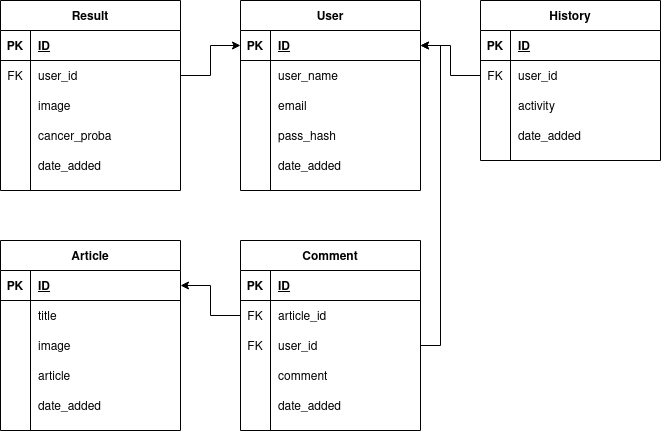
Earlier version of the draw.io export Project Diagrams/Project Diagrams-Database Schema.png (Blue-Birman/Bangkit-Capstone-Project-B21-CAP0005). Source tidied: cells renumbered, new cells last; positions are measured from the earlier drawing's top-left corner, leaving out a move shared by most shapes. The source it was exported from:
```xml
<mxGraphModel>
  <root>
    <mxCell id="0" />
    <mxCell id="1" parent="0" />
    <mxCell id="2" value="User" style="shape=table;startSize=30;rowLines=0;fontStyle=1;align=center;" parent="1" vertex="1">
      <mxGeometry x="240" width="180" height="190" as="geometry" />
    </mxCell>
    <mxCell id="3" style="shape=partialRectangle;fillColor=none;top=0;left=0;bottom=1;right=0;points=[[0,0.5],[1,0.5]];portConstraint=eastwest;" parent="2" vertex="1">
      <mxGeometry y="30" width="180" height="30" as="geometry" />
    </mxCell>
    <mxCell id="4" value="PK" style="shape=partialRectangle;fillColor=none;top=0;left=0;bottom=0;right=0;fontStyle=1;overflow=hidden;" parent="3" vertex="1">
      <mxGeometry width="30" height="30" as="geometry" />
    </mxCell>
    <mxCell id="5" value="ID" style="shape=partialRectangle;fillColor=none;top=0;left=0;bottom=0;right=0;align=left;spacingLeft=6;fontStyle=5;overflow=hidden;" parent="3" vertex="1">
      <mxGeometry x="30" width="150" height="30" as="geometry" />
    </mxCell>
    <mxCell id="6" style="shape=partialRectangle;fillColor=none;top=0;left=0;bottom=0;right=0;" parent="2" vertex="1">
      <mxGeometry y="60" width="180" height="30" as="geometry" />
    </mxCell>
    <mxCell id="7" style="shape=partialRectangle;fillColor=none;top=0;left=0;bottom=0;right=0;overflow=hidden;" parent="6" vertex="1">
      <mxGeometry width="30" height="30" as="geometry" />
    </mxCell>
    <mxCell id="8" value="user_name" style="shape=partialRectangle;fillColor=none;top=0;left=0;bottom=0;right=0;align=left;spacingLeft=6;overflow=hidden;" parent="6" vertex="1">
      <mxGeometry x="30" width="150" height="30" as="geometry" />
    </mxCell>
    <mxCell id="9" style="shape=partialRectangle;fillColor=none;top=0;left=0;bottom=0;right=0;" parent="2" vertex="1">
      <mxGeometry y="90" width="180" height="30" as="geometry" />
    </mxCell>
    <mxCell id="10" style="shape=partialRectangle;fillColor=none;top=0;left=0;bottom=0;right=0;overflow=hidden;" parent="9" vertex="1">
      <mxGeometry width="30" height="30" as="geometry" />
    </mxCell>
    <mxCell id="11" value="email" style="shape=partialRectangle;fillColor=none;top=0;left=0;bottom=0;right=0;align=left;spacingLeft=6;overflow=hidden;" parent="9" vertex="1">
      <mxGeometry x="30" width="150" height="30" as="geometry" />
    </mxCell>
    <mxCell id="12" style="shape=partialRectangle;fillColor=none;top=0;left=0;bottom=0;right=0;" parent="2" vertex="1">
      <mxGeometry y="120" width="180" height="30" as="geometry" />
    </mxCell>
    <mxCell id="13" style="shape=partialRectangle;fillColor=none;top=0;left=0;bottom=0;right=0;overflow=hidden;" parent="12" vertex="1">
      <mxGeometry width="30" height="30" as="geometry" />
    </mxCell>
    <mxCell id="14" value="pass_hash" style="shape=partialRectangle;fillColor=none;top=0;left=0;bottom=0;right=0;align=left;spacingLeft=6;overflow=hidden;" parent="12" vertex="1">
      <mxGeometry x="30" width="150" height="30" as="geometry" />
    </mxCell>
    <mxCell id="15" style="shape=partialRectangle;fillColor=none;top=0;left=0;bottom=0;right=0;" parent="2" vertex="1">
      <mxGeometry y="150" width="180" height="30" as="geometry" />
    </mxCell>
    <mxCell id="16" style="shape=partialRectangle;fillColor=none;top=0;left=0;bottom=0;right=0;overflow=hidden;" parent="15" vertex="1">
      <mxGeometry width="30" height="30" as="geometry" />
    </mxCell>
    <mxCell id="17" value="date_added" style="shape=partialRectangle;fillColor=none;top=0;left=0;bottom=0;right=0;align=left;spacingLeft=6;overflow=hidden;" parent="15" vertex="1">
      <mxGeometry x="30" width="150" height="30" as="geometry" />
    </mxCell>
    <mxCell id="18" value="Result" style="shape=table;startSize=30;rowLines=0;fontStyle=1;align=center;" parent="1" vertex="1">
      <mxGeometry width="180" height="190" as="geometry" />
    </mxCell>
    <mxCell id="19" style="shape=partialRectangle;fillColor=none;top=0;left=0;bottom=1;right=0;" parent="18" vertex="1">
      <mxGeometry y="30" width="180" height="30" as="geometry" />
    </mxCell>
    <mxCell id="20" value="PK" style="shape=partialRectangle;fillColor=none;top=0;left=0;bottom=0;right=0;fontStyle=1;overflow=hidden;" parent="19" vertex="1">
      <mxGeometry width="30" height="30" as="geometry" />
    </mxCell>
    <mxCell id="21" value="ID" style="shape=partialRectangle;fillColor=none;top=0;left=0;bottom=0;right=0;align=left;spacingLeft=6;fontStyle=5;overflow=hidden;" parent="19" vertex="1">
      <mxGeometry x="30" width="150" height="30" as="geometry" />
    </mxCell>
    <mxCell id="22" style="shape=partialRectangle;fillColor=none;top=0;left=0;bottom=0;right=0;points=[[0,0.5],[1,0.5]];portConstraint=eastwest;" parent="18" vertex="1">
      <mxGeometry y="60" width="180" height="30" as="geometry" />
    </mxCell>
    <mxCell id="23" value="FK" style="shape=partialRectangle;fillColor=none;top=0;left=0;bottom=0;right=0;overflow=hidden;" parent="22" vertex="1">
      <mxGeometry width="30" height="30" as="geometry" />
    </mxCell>
    <mxCell id="24" value="user_id" style="shape=partialRectangle;fillColor=none;top=0;left=0;bottom=0;right=0;align=left;spacingLeft=6;overflow=hidden;" parent="22" vertex="1">
      <mxGeometry x="30" width="150" height="30" as="geometry" />
    </mxCell>
    <mxCell id="25" style="shape=partialRectangle;fillColor=none;top=0;left=0;bottom=0;right=0;" parent="18" vertex="1">
      <mxGeometry y="90" width="180" height="30" as="geometry" />
    </mxCell>
    <mxCell id="26" style="shape=partialRectangle;fillColor=none;top=0;left=0;bottom=0;right=0;overflow=hidden;" parent="25" vertex="1">
      <mxGeometry width="30" height="30" as="geometry" />
    </mxCell>
    <mxCell id="27" value="image" style="shape=partialRectangle;fillColor=none;top=0;left=0;bottom=0;right=0;align=left;spacingLeft=6;overflow=hidden;" parent="25" vertex="1">
      <mxGeometry x="30" width="150" height="30" as="geometry" />
    </mxCell>
    <mxCell id="28" style="shape=partialRectangle;fillColor=none;top=0;left=0;bottom=0;right=0;" parent="18" vertex="1">
      <mxGeometry y="120" width="180" height="30" as="geometry" />
    </mxCell>
    <mxCell id="29" style="shape=partialRectangle;fillColor=none;top=0;left=0;bottom=0;right=0;overflow=hidden;" parent="28" vertex="1">
      <mxGeometry width="30" height="30" as="geometry" />
    </mxCell>
    <mxCell id="30" value="cancer_proba" style="shape=partialRectangle;fillColor=none;top=0;left=0;bottom=0;right=0;align=left;spacingLeft=6;overflow=hidden;" parent="28" vertex="1">
      <mxGeometry x="30" width="150" height="30" as="geometry" />
    </mxCell>
    <mxCell id="31" style="shape=partialRectangle;fillColor=none;top=0;left=0;bottom=0;right=0;" parent="18" vertex="1">
      <mxGeometry y="150" width="180" height="30" as="geometry" />
    </mxCell>
    <mxCell id="32" style="shape=partialRectangle;fillColor=none;top=0;left=0;bottom=0;right=0;overflow=hidden;" parent="31" vertex="1">
      <mxGeometry width="30" height="30" as="geometry" />
    </mxCell>
    <mxCell id="33" value="date_added" style="shape=partialRectangle;fillColor=none;top=0;left=0;bottom=0;right=0;align=left;spacingLeft=6;overflow=hidden;" parent="31" vertex="1">
      <mxGeometry x="30" width="150" height="30" as="geometry" />
    </mxCell>
    <mxCell id="34" value="History" style="shape=table;startSize=30;rowLines=0;fontStyle=1;align=center;" parent="1" vertex="1">
      <mxGeometry x="480" width="180" height="160" as="geometry" />
    </mxCell>
    <mxCell id="35" style="shape=partialRectangle;fillColor=none;top=0;left=0;bottom=1;right=0;" parent="34" vertex="1">
      <mxGeometry y="30" width="180" height="30" as="geometry" />
    </mxCell>
    <mxCell id="36" value="PK" style="shape=partialRectangle;fillColor=none;top=0;left=0;bottom=0;right=0;fontStyle=1;overflow=hidden;" parent="35" vertex="1">
      <mxGeometry width="30" height="30" as="geometry" />
    </mxCell>
    <mxCell id="37" value="ID" style="shape=partialRectangle;fillColor=none;top=0;left=0;bottom=0;right=0;align=left;spacingLeft=6;fontStyle=5;overflow=hidden;" parent="35" vertex="1">
      <mxGeometry x="30" width="150" height="30" as="geometry" />
    </mxCell>
    <mxCell id="38" style="shape=partialRectangle;fillColor=none;top=0;left=0;bottom=0;right=0;points=[[0,0.5],[1,0.5]];portConstraint=eastwest;" parent="34" vertex="1">
      <mxGeometry y="60" width="180" height="30" as="geometry" />
    </mxCell>
    <mxCell id="39" value="FK" style="shape=partialRectangle;fillColor=none;top=0;left=0;bottom=0;right=0;overflow=hidden;" parent="38" vertex="1">
      <mxGeometry width="30" height="30" as="geometry" />
    </mxCell>
    <mxCell id="40" value="user_id" style="shape=partialRectangle;fillColor=none;top=0;left=0;bottom=0;right=0;align=left;spacingLeft=6;overflow=hidden;" parent="38" vertex="1">
      <mxGeometry x="30" width="150" height="30" as="geometry" />
    </mxCell>
    <mxCell id="41" style="shape=partialRectangle;fillColor=none;top=0;left=0;bottom=0;right=0;" parent="34" vertex="1">
      <mxGeometry y="90" width="180" height="30" as="geometry" />
    </mxCell>
    <mxCell id="42" style="shape=partialRectangle;fillColor=none;top=0;left=0;bottom=0;right=0;overflow=hidden;" parent="41" vertex="1">
      <mxGeometry width="30" height="30" as="geometry" />
    </mxCell>
    <mxCell id="43" value="activity" style="shape=partialRectangle;fillColor=none;top=0;left=0;bottom=0;right=0;align=left;spacingLeft=6;overflow=hidden;" parent="41" vertex="1">
      <mxGeometry x="30" width="150" height="30" as="geometry" />
    </mxCell>
    <mxCell id="44" style="shape=partialRectangle;fillColor=none;top=0;left=0;bottom=0;right=0;" parent="34" vertex="1">
      <mxGeometry y="120" width="180" height="30" as="geometry" />
    </mxCell>
    <mxCell id="45" style="shape=partialRectangle;fillColor=none;top=0;left=0;bottom=0;right=0;overflow=hidden;" parent="44" vertex="1">
      <mxGeometry width="30" height="30" as="geometry" />
    </mxCell>
    <mxCell id="46" value="date_added" style="shape=partialRectangle;fillColor=none;top=0;left=0;bottom=0;right=0;align=left;spacingLeft=6;overflow=hidden;" parent="44" vertex="1">
      <mxGeometry x="30" width="150" height="30" as="geometry" />
    </mxCell>
    <mxCell id="47" value="Article" style="shape=table;startSize=30;rowLines=0;fontStyle=1;align=center;" parent="1" vertex="1">
      <mxGeometry y="240" width="180" height="190" as="geometry" />
    </mxCell>
    <mxCell id="48" style="shape=partialRectangle;fillColor=none;top=0;left=0;bottom=1;right=0;points=[[0,0.5],[1,0.5]];portConstraint=eastwest;" parent="47" vertex="1">
      <mxGeometry y="30" width="180" height="30" as="geometry" />
    </mxCell>
    <mxCell id="49" value="PK" style="shape=partialRectangle;fillColor=none;top=0;left=0;bottom=0;right=0;fontStyle=1;overflow=hidden;" parent="48" vertex="1">
      <mxGeometry width="30" height="30" as="geometry" />
    </mxCell>
    <mxCell id="50" value="ID" style="shape=partialRectangle;fillColor=none;top=0;left=0;bottom=0;right=0;align=left;spacingLeft=6;fontStyle=5;overflow=hidden;" parent="48" vertex="1">
      <mxGeometry x="30" width="150" height="30" as="geometry" />
    </mxCell>
    <mxCell id="51" style="shape=partialRectangle;fillColor=none;top=0;left=0;bottom=0;right=0;" parent="47" vertex="1">
      <mxGeometry y="60" width="180" height="30" as="geometry" />
    </mxCell>
    <mxCell id="52" style="shape=partialRectangle;fillColor=none;top=0;left=0;bottom=0;right=0;overflow=hidden;" parent="51" vertex="1">
      <mxGeometry width="30" height="30" as="geometry" />
    </mxCell>
    <mxCell id="53" value="title" style="shape=partialRectangle;fillColor=none;top=0;left=0;bottom=0;right=0;align=left;spacingLeft=6;overflow=hidden;" parent="51" vertex="1">
      <mxGeometry x="30" width="150" height="30" as="geometry" />
    </mxCell>
    <mxCell id="54" style="shape=partialRectangle;fillColor=none;top=0;left=0;bottom=0;right=0;" parent="47" vertex="1">
      <mxGeometry y="90" width="180" height="30" as="geometry" />
    </mxCell>
    <mxCell id="55" style="shape=partialRectangle;fillColor=none;top=0;left=0;bottom=0;right=0;overflow=hidden;" parent="54" vertex="1">
      <mxGeometry width="30" height="30" as="geometry" />
    </mxCell>
    <mxCell id="56" value="image" style="shape=partialRectangle;fillColor=none;top=0;left=0;bottom=0;right=0;align=left;spacingLeft=6;overflow=hidden;" parent="54" vertex="1">
      <mxGeometry x="30" width="150" height="30" as="geometry" />
    </mxCell>
    <mxCell id="57" style="shape=partialRectangle;fillColor=none;top=0;left=0;bottom=0;right=0;" parent="47" vertex="1">
      <mxGeometry y="120" width="180" height="30" as="geometry" />
    </mxCell>
    <mxCell id="58" style="shape=partialRectangle;fillColor=none;top=0;left=0;bottom=0;right=0;overflow=hidden;" parent="57" vertex="1">
      <mxGeometry width="30" height="30" as="geometry" />
    </mxCell>
    <mxCell id="59" value="article" style="shape=partialRectangle;fillColor=none;top=0;left=0;bottom=0;right=0;align=left;spacingLeft=6;overflow=hidden;" parent="57" vertex="1">
      <mxGeometry x="30" width="150" height="30" as="geometry" />
    </mxCell>
    <mxCell id="60" style="shape=partialRectangle;fillColor=none;top=0;left=0;bottom=0;right=0;" parent="47" vertex="1">
      <mxGeometry y="150" width="180" height="30" as="geometry" />
    </mxCell>
    <mxCell id="61" style="shape=partialRectangle;fillColor=none;top=0;left=0;bottom=0;right=0;fontStyle=0;overflow=hidden;" parent="60" vertex="1">
      <mxGeometry width="30" height="30" as="geometry" />
    </mxCell>
    <mxCell id="62" value="date_added" style="shape=partialRectangle;fillColor=none;top=0;left=0;bottom=0;right=0;align=left;spacingLeft=6;fontStyle=0;overflow=hidden;" parent="60" vertex="1">
      <mxGeometry x="30" width="150" height="30" as="geometry" />
    </mxCell>
    <mxCell id="63" value="Comment" style="shape=table;startSize=30;rowLines=0;fontStyle=1;align=center;" parent="1" vertex="1">
      <mxGeometry x="240" y="240" width="180" height="190" as="geometry" />
    </mxCell>
    <mxCell id="64" style="shape=partialRectangle;fillColor=none;top=0;left=0;bottom=1;right=0;" parent="63" vertex="1">
      <mxGeometry y="30" width="180" height="30" as="geometry" />
    </mxCell>
    <mxCell id="65" value="PK" style="shape=partialRectangle;fillColor=none;top=0;left=0;bottom=0;right=0;fontStyle=1;overflow=hidden;" parent="64" vertex="1">
      <mxGeometry width="30" height="30" as="geometry" />
    </mxCell>
    <mxCell id="66" value="ID" style="shape=partialRectangle;fillColor=none;top=0;left=0;bottom=0;right=0;align=left;spacingLeft=6;fontStyle=5;overflow=hidden;" parent="64" vertex="1">
      <mxGeometry x="30" width="150" height="30" as="geometry" />
    </mxCell>
    <mxCell id="67" style="shape=partialRectangle;fillColor=none;top=0;left=0;bottom=0;right=0;points=[[0,0.5],[1,0.5]];portConstraint=eastwest;" parent="63" vertex="1">
      <mxGeometry y="60" width="180" height="30" as="geometry" />
    </mxCell>
    <mxCell id="68" value="FK" style="shape=partialRectangle;fillColor=none;top=0;left=0;bottom=0;right=0;overflow=hidden;" parent="67" vertex="1">
      <mxGeometry width="30" height="30" as="geometry" />
    </mxCell>
    <mxCell id="69" value="article_id" style="shape=partialRectangle;fillColor=none;top=0;left=0;bottom=0;right=0;align=left;spacingLeft=6;overflow=hidden;" parent="67" vertex="1">
      <mxGeometry x="30" width="150" height="30" as="geometry" />
    </mxCell>
    <mxCell id="70" style="shape=partialRectangle;fillColor=none;top=0;left=0;bottom=0;right=0;points=[[0,0.5],[1,0.5]];portConstraint=eastwest;" parent="63" vertex="1">
      <mxGeometry y="90" width="180" height="30" as="geometry" />
    </mxCell>
    <mxCell id="71" value="FK" style="shape=partialRectangle;fillColor=none;top=0;left=0;bottom=0;right=0;overflow=hidden;" parent="70" vertex="1">
      <mxGeometry width="30" height="30" as="geometry" />
    </mxCell>
    <mxCell id="72" value="user_id" style="shape=partialRectangle;fillColor=none;top=0;left=0;bottom=0;right=0;align=left;spacingLeft=6;overflow=hidden;" parent="70" vertex="1">
      <mxGeometry x="30" width="150" height="30" as="geometry" />
    </mxCell>
    <mxCell id="73" style="shape=partialRectangle;fillColor=none;top=0;left=0;bottom=0;right=0;" parent="63" vertex="1">
      <mxGeometry y="120" width="180" height="30" as="geometry" />
    </mxCell>
    <mxCell id="74" style="shape=partialRectangle;fillColor=none;top=0;left=0;bottom=0;right=0;overflow=hidden;" parent="73" vertex="1">
      <mxGeometry width="30" height="30" as="geometry" />
    </mxCell>
    <mxCell id="75" value="comment" style="shape=partialRectangle;fillColor=none;top=0;left=0;bottom=0;right=0;align=left;spacingLeft=6;overflow=hidden;" parent="73" vertex="1">
      <mxGeometry x="30" width="150" height="30" as="geometry" />
    </mxCell>
    <mxCell id="76" style="shape=partialRectangle;fillColor=none;top=0;left=0;bottom=0;right=0;" parent="63" vertex="1">
      <mxGeometry y="150" width="180" height="30" as="geometry" />
    </mxCell>
    <mxCell id="77" style="shape=partialRectangle;fillColor=none;top=0;left=0;bottom=0;right=0;overflow=hidden;" parent="76" vertex="1">
      <mxGeometry width="30" height="30" as="geometry" />
    </mxCell>
    <mxCell id="78" value="date_added" style="shape=partialRectangle;fillColor=none;top=0;left=0;bottom=0;right=0;align=left;spacingLeft=6;overflow=hidden;" parent="76" vertex="1">
      <mxGeometry x="30" width="150" height="30" as="geometry" />
    </mxCell>
    <mxCell id="79" style="edgeStyle=orthogonalEdgeStyle;rounded=0;jettySize=auto;html=1;exitX=0;exitY=0.5;exitDx=0;exitDy=0;" parent="1" edge="1" source="67" target="48">
      <mxGeometry relative="1" as="geometry" />
    </mxCell>
    <mxCell id="80" style="edgeStyle=orthogonalEdgeStyle;rounded=0;jettySize=auto;html=1;entryX=1;entryY=0.5;entryDx=0;entryDy=0;" parent="1" edge="1" source="70" target="3">
      <mxGeometry relative="1" as="geometry">
        <Array as="points">
          <mxPoint x="440" y="345" />
          <mxPoint x="440" y="45" />
        </Array>
      </mxGeometry>
    </mxCell>
    <mxCell id="81" style="edgeStyle=orthogonalEdgeStyle;rounded=0;jettySize=auto;html=1;" parent="1" edge="1" source="38" target="3">
      <mxGeometry relative="1" as="geometry" />
    </mxCell>
    <mxCell id="82" style="edgeStyle=orthogonalEdgeStyle;rounded=0;jettySize=auto;html=1;" parent="1" edge="1" source="22" target="3">
      <mxGeometry relative="1" as="geometry" />
    </mxCell>
  </root>
</mxGraphModel>
```
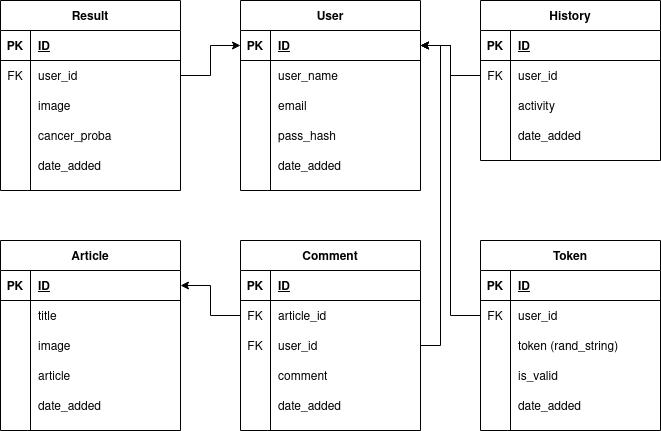
Later version of the same file.

Commit message:
Update Diagrams to have tokens for authentication

The edit, as a diff of the source:
```diff
@@ -250,5 +250,56 @@
     <mxCell id="82" style="edgeStyle=orthogonalEdgeStyle;rounded=0;jettySize=auto;html=1;" parent="1" edge="1" source="22" target="3">
       <mxGeometry relative="1" as="geometry" />
     </mxCell>
+    <mxCell id="83" value="Token" style="shape=table;startSize=30;rowLines=0;fontStyle=1;align=center;" parent="1" vertex="1">
+      <mxGeometry x="480" y="240" width="180" height="190" as="geometry" />
+    </mxCell>
+    <mxCell id="84" style="shape=partialRectangle;fillColor=none;top=0;left=0;bottom=1;right=0;" parent="83" vertex="1">
+      <mxGeometry y="30" width="180" height="30" as="geometry" />
+    </mxCell>
+    <mxCell id="85" value="PK" style="shape=partialRectangle;fillColor=none;top=0;left=0;bottom=0;right=0;fontStyle=1;overflow=hidden;" parent="84" vertex="1">
+      <mxGeometry width="30" height="30" as="geometry" />
+    </mxCell>
+    <mxCell id="86" value="ID" style="shape=partialRectangle;fillColor=none;top=0;left=0;bottom=0;right=0;align=left;spacingLeft=6;fontStyle=5;overflow=hidden;" parent="84" vertex="1">
+      <mxGeometry x="30" width="150" height="30" as="geometry" />
+    </mxCell>
+    <mxCell id="87" style="shape=partialRectangle;fillColor=none;top=0;left=0;bottom=0;right=0;points=[[0,0.5],[1,0.5]];portConstraint=eastwest;" parent="83" vertex="1">
+      <mxGeometry y="60" width="180" height="30" as="geometry" />
+    </mxCell>
+    <mxCell id="88" value="FK" style="shape=partialRectangle;fillColor=none;top=0;left=0;bottom=0;right=0;overflow=hidden;" parent="87" vertex="1">
+      <mxGeometry width="30" height="30" as="geometry" />
+    </mxCell>
+    <mxCell id="89" value="user_id" style="shape=partialRectangle;fillColor=none;top=0;left=0;bottom=0;right=0;align=left;spacingLeft=6;overflow=hidden;" parent="87" vertex="1">
+      <mxGeometry x="30" width="150" height="30" as="geometry" />
+    </mxCell>
+    <mxCell id="90" style="shape=partialRectangle;fillColor=none;top=0;left=0;bottom=0;right=0;" parent="83" vertex="1">
+      <mxGeometry y="90" width="180" height="30" as="geometry" />
+    </mxCell>
+    <mxCell id="91" style="shape=partialRectangle;fillColor=none;top=0;left=0;bottom=0;right=0;overflow=hidden;" parent="90" vertex="1">
+      <mxGeometry width="30" height="30" as="geometry" />
+    </mxCell>
+    <mxCell id="92" value="token (rand_string)" style="shape=partialRectangle;fillColor=none;top=0;left=0;bottom=0;right=0;align=left;spacingLeft=6;overflow=hidden;" parent="90" vertex="1">
+      <mxGeometry x="30" width="150" height="30" as="geometry" />
+    </mxCell>
+    <mxCell id="93" style="shape=partialRectangle;fillColor=none;top=0;left=0;bottom=0;right=0;" parent="83" vertex="1">
+      <mxGeometry y="120" width="180" height="30" as="geometry" />
+    </mxCell>
+    <mxCell id="94" style="shape=partialRectangle;fillColor=none;top=0;left=0;bottom=0;right=0;overflow=hidden;" parent="93" vertex="1">
+      <mxGeometry width="30" height="30" as="geometry" />
+    </mxCell>
+    <mxCell id="95" value="is_valid" style="shape=partialRectangle;fillColor=none;top=0;left=0;bottom=0;right=0;align=left;spacingLeft=6;overflow=hidden;" parent="93" vertex="1">
+      <mxGeometry x="30" width="150" height="30" as="geometry" />
+    </mxCell>
+    <mxCell id="96" style="shape=partialRectangle;fillColor=none;top=0;left=0;bottom=0;right=0;" parent="83" vertex="1">
+      <mxGeometry y="150" width="180" height="30" as="geometry" />
+    </mxCell>
+    <mxCell id="97" style="shape=partialRectangle;fillColor=none;top=0;left=0;bottom=0;right=0;overflow=hidden;" parent="96" vertex="1">
+      <mxGeometry width="30" height="30" as="geometry" />
+    </mxCell>
+    <mxCell id="98" value="date_added" style="shape=partialRectangle;fillColor=none;top=0;left=0;bottom=0;right=0;align=left;spacingLeft=6;overflow=hidden;" parent="96" vertex="1">
+      <mxGeometry x="30" width="150" height="30" as="geometry" />
+    </mxCell>
+    <mxCell id="99" style="edgeStyle=orthogonalEdgeStyle;rounded=0;jettySize=auto;html=1;startArrow=none;startFill=0;endArrow=classic;endFill=1;" parent="1" edge="1" source="87" target="3">
+      <mxGeometry relative="1" as="geometry" />
+    </mxCell>
   </root>
 </mxGraphModel>
```
